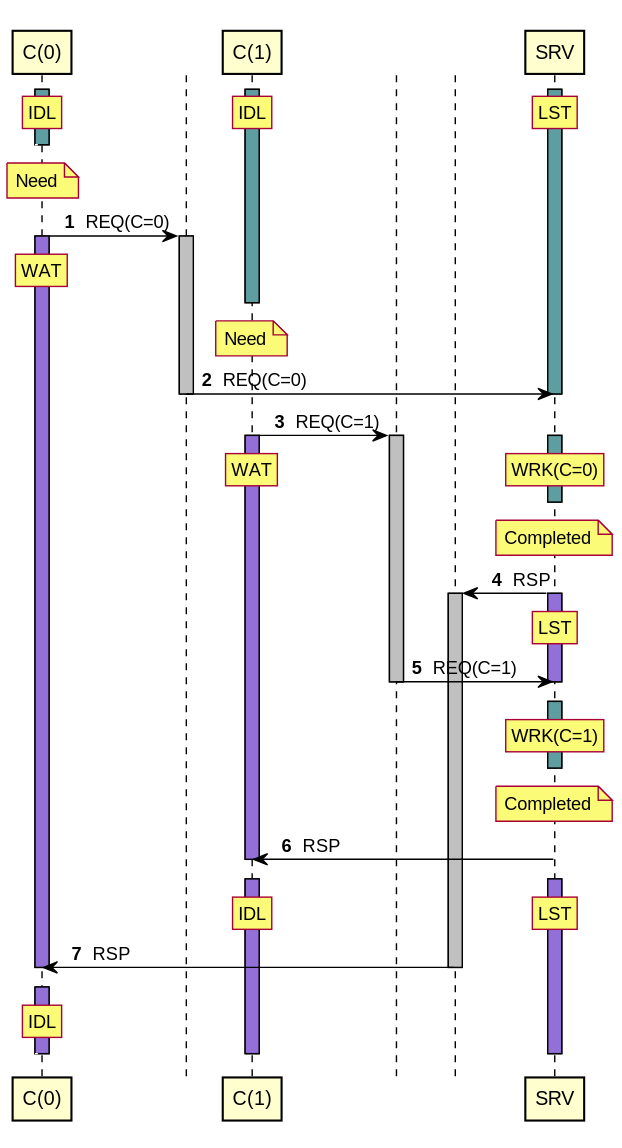
orenbenkiki/total-space keeps this PlantUML diagram as tests/expected/test_clients_server/sequence.svg. Above is the earlier version.
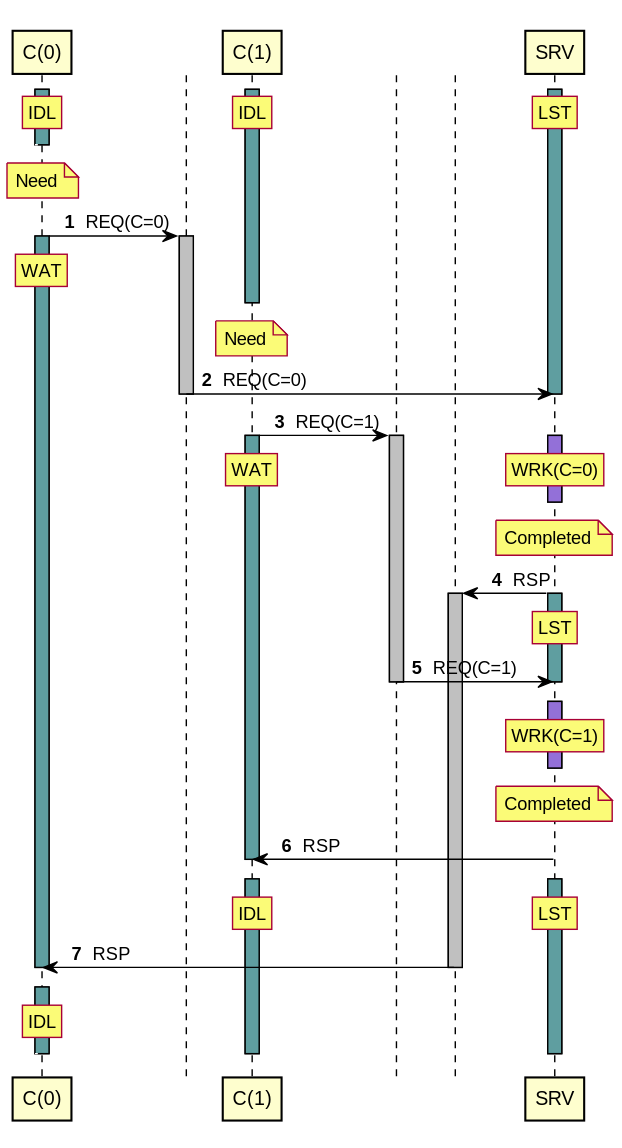
Later version of the same file.

Commit message:
Fix colors of deferred agents in sequence diagram.

The edit, as a diff of the source:
```diff
@@ -27,7 +27,7 @@
 control " " as T0 order 10101
 A0 -> T0 : REQ(C=0)
 activate T0 #Silver
-activate A0 #MediumPurple
+activate A0 #CadetBlue
 rnote over A0 : WAT
 autonumber stop
 [<[#White]-- A0
@@ -40,8 +40,8 @@
 control " " as T1 order 10201
 A1 -> T1 : REQ(C=1)
 activate T1 #Silver
-activate A1 #MediumPurple
-activate A2 #CadetBlue
+activate A1 #CadetBlue
+activate A2 #MediumPurple
 rnote over A1 : WAT
 / rnote over A2 : WRK(C=0)
 autonumber stop
@@ -52,7 +52,7 @@
 control " " as T2 order 10299
 A2 -> T2 : RSP
 activate T2 #Silver
-activate A2 #MediumPurple
+activate A2 #CadetBlue
 rnote over A2 : LST
 T1 -> A2 : REQ(C=1)
 deactivate T1
@@ -60,7 +60,7 @@
 autonumber stop
 [<[#White]-- A0
 autonumber resume
-activate A2 #CadetBlue
+activate A2 #MediumPurple
 rnote over A2 : WRK(C=1)
 autonumber stop
 [<[#White]-- A0
@@ -72,8 +72,8 @@
 autonumber stop
 [<[#White]-- A0
 autonumber resume
-activate A2 #MediumPurple
-activate A1 #MediumPurple
+activate A2 #CadetBlue
+activate A1 #CadetBlue
 rnote over A2 : LST
 / rnote over A1 : IDL
 T2 -> A0 : RSP
@@ -82,7 +82,7 @@
 autonumber stop
 [<[#White]-- A0
 autonumber resume
-activate A0 #MediumPurple
+activate A0 #CadetBlue
 rnote over A0 : IDL
 autonumber stop
 [<[#White]-- A0
```
